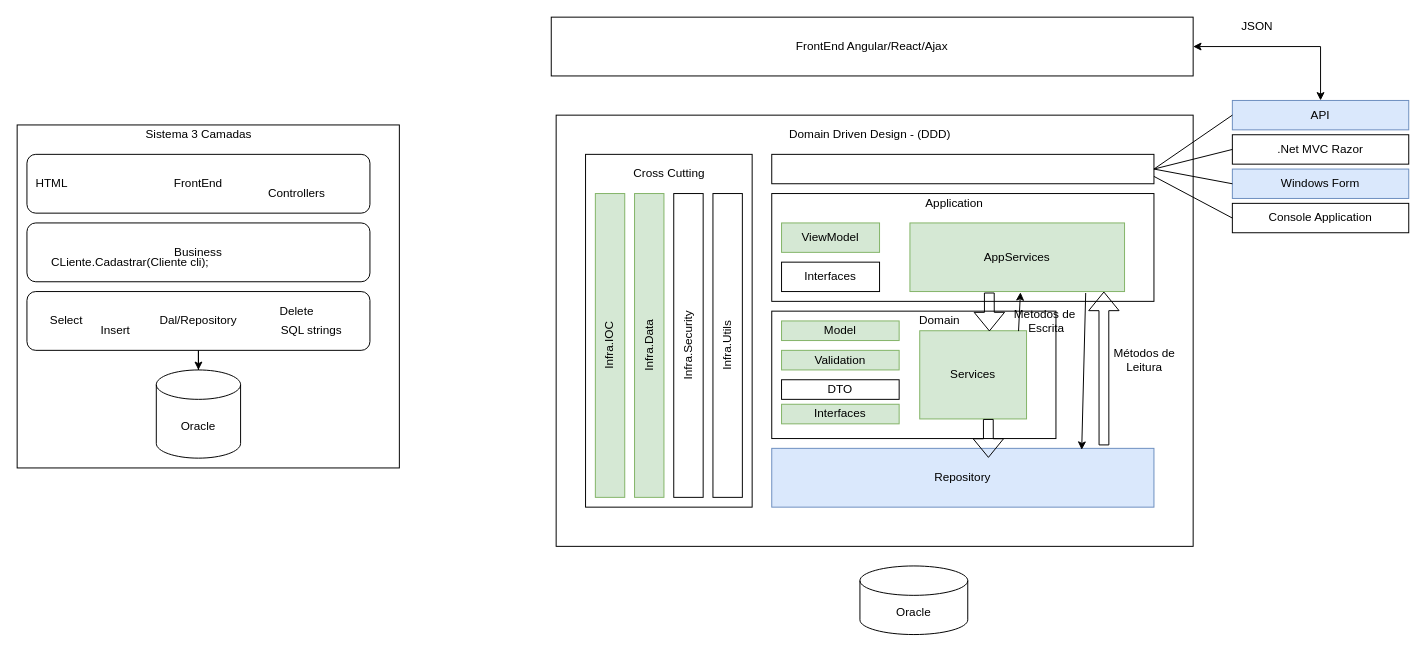
The draw.io diagram page "DDD" (1 of 7) of docs/diagrams.drawio in lfv500/LuBank, before the edit. Source tidied: cells renumbered, new cells numbered last; positions are measured from the earlier drawing's top-left corner, leaving out a move shared by most shapes. Both pictures are drawn from the tidied source at 98%, with x=0, y=0 at pixel (17, 17).
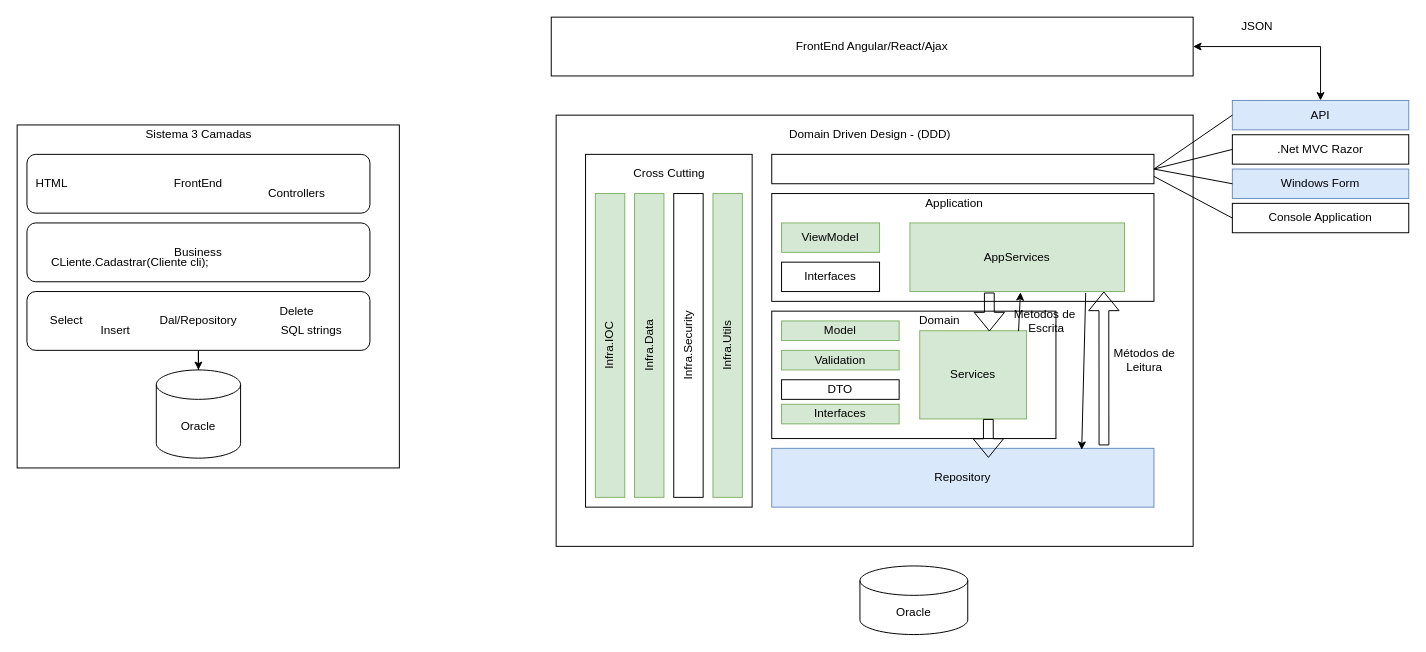
The same diagram, later.

The edit, as a diff of the source:
```diff
@@
-    <mxCell id="27" value="Infra.Utils" style="rounded=0;whiteSpace=wrap;html=1;horizontal=0;" parent="1" vertex="1">
+    <mxCell id="27" value="Infra.Utils" style="rounded=0;whiteSpace=wrap;html=1;horizontal=0;fillColor=#d5e8d4;strokeColor=#82b366;" parent="1" vertex="1">
       <mxGeometry x="710" y="180" width="30" height="310" as="geometry" />
     </mxCell>
```
